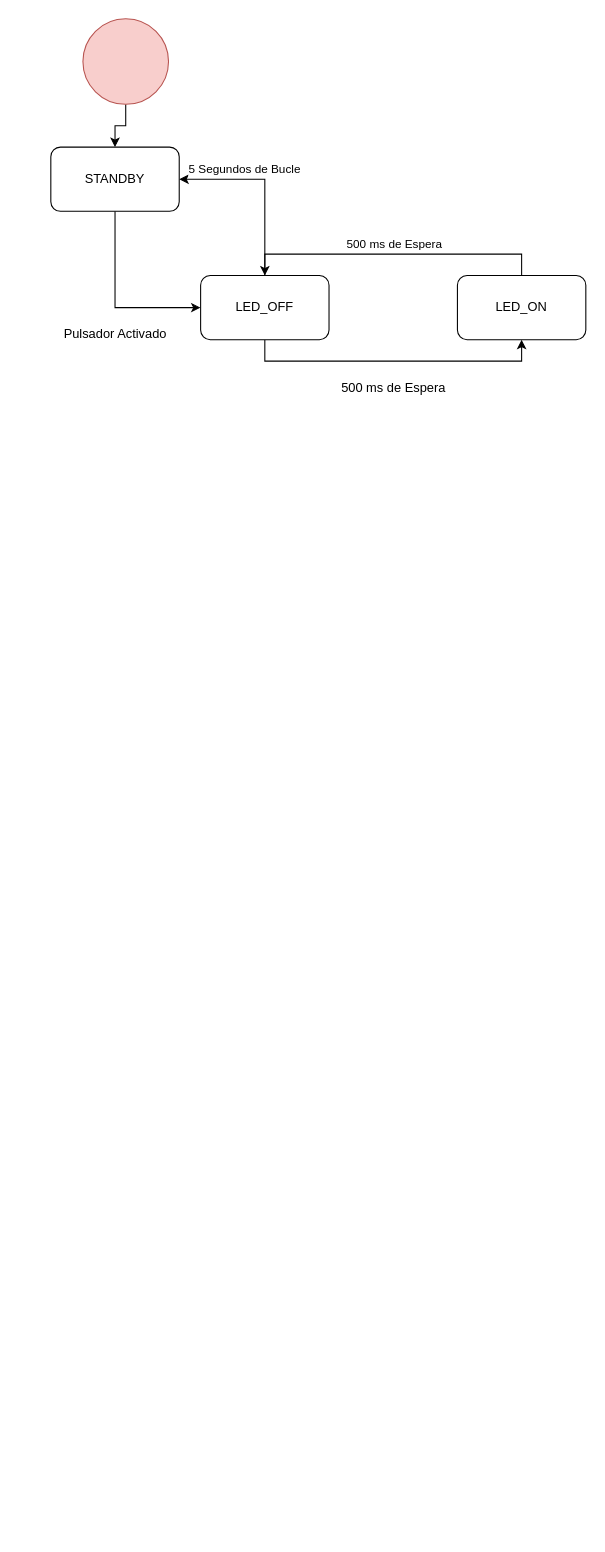
joshmessi10/LineFollowingRobot keeps this draw.io diagram as GrafosMaquinasEstado.drawio. Above is the earlier version. Source tidied: cells renumbered, new cells numbered last; positions are measured from the earlier drawing's top-left corner, leaving out a move shared by most shapes. Both pictures are drawn from the tidied source at 107%, with x=0, y=0 at pixel (50, 18).
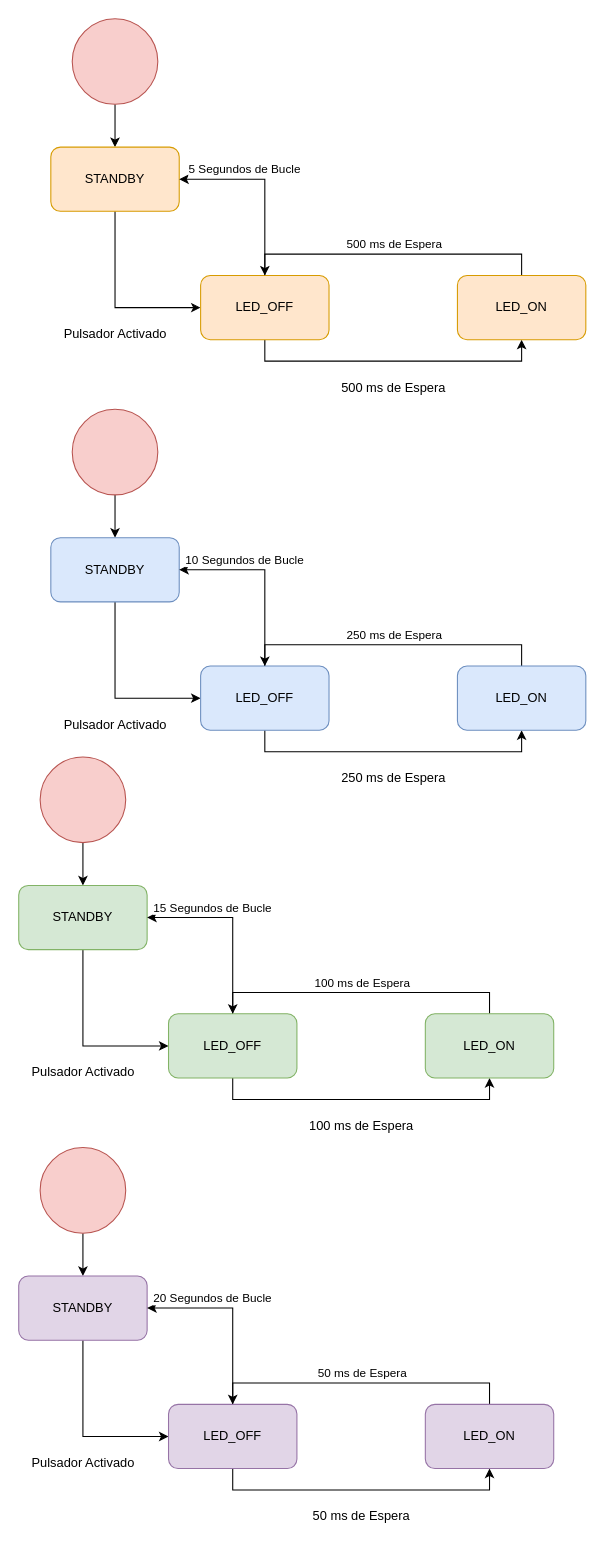
The same diagram, later.

Change to the diagram source:
```diff
@@
     <mxCell id="3" style="ellipse;whiteSpace=wrap;html=1;fillColor=#f8cecc;strokeColor=#b85450;" parent="1" vertex="1">
-      <mxGeometry x="30" width="80" height="80" as="geometry" />
+      <mxGeometry x="20" width="80" height="80" as="geometry" />
     </mxCell>
@@
-    <mxCell id="5" value="STANDBY" style="rounded=1;whiteSpace=wrap;html=1;" parent="1" vertex="1">
+    <mxCell id="5" value="STANDBY" style="rounded=1;whiteSpace=wrap;html=1;fillColor=#ffe6cc;strokeColor=#d79b00;" parent="1" vertex="1">
       <mxGeometry y="120" width="120" height="60" as="geometry" />
     </mxCell>
@@
-    <mxCell id="9" value="LED_OFF" style="rounded=1;whiteSpace=wrap;html=1;" parent="1" vertex="1">
+    <mxCell id="9" value="LED_OFF" style="rounded=1;whiteSpace=wrap;html=1;fillColor=#ffe6cc;strokeColor=#d79b00;" parent="1" vertex="1">
       <mxGeometry x="140" y="240" width="120" height="60" as="geometry" />
     </mxCell>
@@
-    <mxCell id="13" value="LED_ON" style="rounded=1;whiteSpace=wrap;html=1;" parent="1" vertex="1">
+    <mxCell id="13" value="LED_ON" style="rounded=1;whiteSpace=wrap;html=1;fillColor=#ffe6cc;strokeColor=#d79b00;" parent="1" vertex="1">
       <mxGeometry x="380" y="240" width="120" height="60" as="geometry" />
     </mxCell>
@@
+    <mxCell id="15" style="edgeStyle=orthogonalEdgeStyle;rounded=0;jettySize=auto;html=1;exitX=0.5;exitY=1;exitDx=0;exitDy=0;entryX=0.5;entryY=0;entryDx=0;entryDy=0;" parent="1" edge="1" source="16" target="18">
+      <mxGeometry relative="1" as="geometry" />
+    </mxCell>
+    <mxCell id="16" style="ellipse;whiteSpace=wrap;html=1;fillColor=#f8cecc;strokeColor=#b85450;" parent="1" vertex="1">
+      <mxGeometry x="20" y="365" width="80" height="80" as="geometry" />
+    </mxCell>
+    <mxCell id="17" style="edgeStyle=orthogonalEdgeStyle;rounded=0;jettySize=auto;html=1;exitX=0.5;exitY=1;exitDx=0;exitDy=0;entryX=0;entryY=0.5;entryDx=0;entryDy=0;" parent="1" edge="1" source="18" target="22">
+      <mxGeometry relative="1" as="geometry" />
+    </mxCell>
+    <mxCell id="18" value="STANDBY" style="rounded=1;whiteSpace=wrap;html=1;fillColor=#dae8fc;strokeColor=#6c8ebf;" parent="1" vertex="1">
+      <mxGeometry y="485" width="120" height="60" as="geometry" />
+    </mxCell>
+    <mxCell id="19" style="edgeStyle=orthogonalEdgeStyle;rounded=0;jettySize=auto;html=1;exitX=0.5;exitY=1;exitDx=0;exitDy=0;entryX=0.5;entryY=1;entryDx=0;entryDy=0;" parent="1" edge="1" source="22" target="26">
+      <mxGeometry relative="1" as="geometry">
+        <Array as="points">
+          <mxPoint x="200" y="685" />
+          <mxPoint x="440" y="685" />
+        </Array>
+      </mxGeometry>
+    </mxCell>
+    <mxCell id="20" style="edgeStyle=orthogonalEdgeStyle;rounded=0;jettySize=auto;html=1;exitX=0.5;exitY=0;exitDx=0;exitDy=0;entryX=1;entryY=0.5;entryDx=0;entryDy=0;" parent="1" edge="1" source="22" target="18">
+      <mxGeometry relative="1" as="geometry" />
+    </mxCell>
+    <mxCell id="21" value="10 Segundos de Bucle" style="edgeLabel;html=1;align=center;verticalAlign=middle;" parent="20" vertex="1">
+      <mxGeometry x="0.73" y="-1" relative="1" as="geometry">
+        <mxPoint x="37" y="-9" as="offset" />
+      </mxGeometry>
+    </mxCell>
+    <mxCell id="22" value="LED_OFF" style="rounded=1;whiteSpace=wrap;html=1;fillColor=#dae8fc;strokeColor=#6c8ebf;" parent="1" vertex="1">
+      <mxGeometry x="140" y="605" width="120" height="60" as="geometry" />
+    </mxCell>
+    <mxCell id="23" value="Pulsador Activado" style="text;html=1;align=center;verticalAlign=middle;strokeColor=none;fillColor=none;" parent="1" vertex="1">
+      <mxGeometry y="645" width="120" height="30" as="geometry" />
+    </mxCell>
+    <mxCell id="24" style="edgeStyle=orthogonalEdgeStyle;rounded=0;jettySize=auto;html=1;exitX=0.5;exitY=0;exitDx=0;exitDy=0;entryX=0.5;entryY=0;entryDx=0;entryDy=0;" parent="1" edge="1" source="26" target="22">
+      <mxGeometry relative="1" as="geometry" />
+    </mxCell>
+    <mxCell id="25" value="250 ms de Espera" style="edgeLabel;html=1;align=center;verticalAlign=middle;" parent="24" vertex="1">
+      <mxGeometry x="0.03" y="4" relative="1" as="geometry">
+        <mxPoint x="4" y="-14" as="offset" />
+      </mxGeometry>
+    </mxCell>
+    <mxCell id="26" value="LED_ON" style="rounded=1;whiteSpace=wrap;html=1;fillColor=#dae8fc;strokeColor=#6c8ebf;" parent="1" vertex="1">
+      <mxGeometry x="380" y="605" width="120" height="60" as="geometry" />
+    </mxCell>
+    <mxCell id="27" value="250 ms de Espera" style="text;html=1;align=center;verticalAlign=middle;strokeColor=none;fillColor=none;" parent="1" vertex="1">
+      <mxGeometry x="260" y="695" width="120" height="30" as="geometry" />
+    </mxCell>
+    <mxCell id="28" style="edgeStyle=orthogonalEdgeStyle;rounded=0;jettySize=auto;html=1;exitX=0.5;exitY=1;exitDx=0;exitDy=0;entryX=0.5;entryY=0;entryDx=0;entryDy=0;" parent="1" edge="1" source="29" target="31">
+      <mxGeometry relative="1" as="geometry" />
+    </mxCell>
+    <mxCell id="29" style="ellipse;whiteSpace=wrap;html=1;fillColor=#f8cecc;strokeColor=#b85450;" parent="1" vertex="1">
+      <mxGeometry x="-10" y="690" width="80" height="80" as="geometry" />
+    </mxCell>
+    <mxCell id="30" style="edgeStyle=orthogonalEdgeStyle;rounded=0;jettySize=auto;html=1;exitX=0.5;exitY=1;exitDx=0;exitDy=0;entryX=0;entryY=0.5;entryDx=0;entryDy=0;" parent="1" edge="1" source="31" target="35">
+      <mxGeometry relative="1" as="geometry" />
+    </mxCell>
+    <mxCell id="31" value="STANDBY" style="rounded=1;whiteSpace=wrap;html=1;fillColor=#d5e8d4;strokeColor=#82b366;" parent="1" vertex="1">
+      <mxGeometry x="-30" y="810" width="120" height="60" as="geometry" />
+    </mxCell>
+    <mxCell id="32" style="edgeStyle=orthogonalEdgeStyle;rounded=0;jettySize=auto;html=1;exitX=0.5;exitY=1;exitDx=0;exitDy=0;entryX=0.5;entryY=1;entryDx=0;entryDy=0;" parent="1" edge="1" source="35" target="39">
+      <mxGeometry relative="1" as="geometry">
+        <Array as="points">
+          <mxPoint x="170" y="1010" />
+          <mxPoint x="410" y="1010" />
+        </Array>
+      </mxGeometry>
+    </mxCell>
+    <mxCell id="33" style="edgeStyle=orthogonalEdgeStyle;rounded=0;jettySize=auto;html=1;exitX=0.5;exitY=0;exitDx=0;exitDy=0;entryX=1;entryY=0.5;entryDx=0;entryDy=0;" parent="1" edge="1" source="35" target="31">
+      <mxGeometry relative="1" as="geometry" />
+    </mxCell>
+    <mxCell id="34" value="15 Segundos de Bucle" style="edgeLabel;html=1;align=center;verticalAlign=middle;" parent="33" vertex="1">
+      <mxGeometry x="0.73" y="-1" relative="1" as="geometry">
+        <mxPoint x="37" y="-9" as="offset" />
+      </mxGeometry>
+    </mxCell>
+    <mxCell id="35" value="LED_OFF" style="rounded=1;whiteSpace=wrap;html=1;fillColor=#d5e8d4;strokeColor=#82b366;" parent="1" vertex="1">
+      <mxGeometry x="110" y="930" width="120" height="60" as="geometry" />
+    </mxCell>
+    <mxCell id="36" value="Pulsador Activado" style="text;html=1;align=center;verticalAlign=middle;strokeColor=none;fillColor=none;" parent="1" vertex="1">
+      <mxGeometry x="-30" y="970" width="120" height="30" as="geometry" />
+    </mxCell>
+    <mxCell id="37" style="edgeStyle=orthogonalEdgeStyle;rounded=0;jettySize=auto;html=1;exitX=0.5;exitY=0;exitDx=0;exitDy=0;entryX=0.5;entryY=0;entryDx=0;entryDy=0;" parent="1" edge="1" source="39" target="35">
+      <mxGeometry relative="1" as="geometry" />
+    </mxCell>
+    <mxCell id="38" value="100 ms de Espera" style="edgeLabel;html=1;align=center;verticalAlign=middle;" parent="37" vertex="1">
+      <mxGeometry x="0.03" y="4" relative="1" as="geometry">
+        <mxPoint x="4" y="-14" as="offset" />
+      </mxGeometry>
+    </mxCell>
+    <mxCell id="39" value="LED_ON" style="rounded=1;whiteSpace=wrap;html=1;fillColor=#d5e8d4;strokeColor=#82b366;" parent="1" vertex="1">
+      <mxGeometry x="350" y="930" width="120" height="60" as="geometry" />
+    </mxCell>
+    <mxCell id="40" value="100 ms de Espera" style="text;html=1;align=center;verticalAlign=middle;strokeColor=none;fillColor=none;" parent="1" vertex="1">
+      <mxGeometry x="230" y="1020" width="120" height="30" as="geometry" />
+    </mxCell>
+    <mxCell id="41" style="edgeStyle=orthogonalEdgeStyle;rounded=0;jettySize=auto;html=1;exitX=0.5;exitY=1;exitDx=0;exitDy=0;entryX=0.5;entryY=0;entryDx=0;entryDy=0;" parent="1" edge="1" source="42" target="44">
+      <mxGeometry relative="1" as="geometry" />
+    </mxCell>
+    <mxCell id="42" style="ellipse;whiteSpace=wrap;html=1;fillColor=#f8cecc;strokeColor=#b85450;" parent="1" vertex="1">
+      <mxGeometry x="-10" y="1055" width="80" height="80" as="geometry" />
+    </mxCell>
+    <mxCell id="43" style="edgeStyle=orthogonalEdgeStyle;rounded=0;jettySize=auto;html=1;exitX=0.5;exitY=1;exitDx=0;exitDy=0;entryX=0;entryY=0.5;entryDx=0;entryDy=0;" parent="1" edge="1" source="44" target="48">
+      <mxGeometry relative="1" as="geometry" />
+    </mxCell>
+    <mxCell id="44" value="STANDBY" style="rounded=1;whiteSpace=wrap;html=1;fillColor=#e1d5e7;strokeColor=#9673a6;" parent="1" vertex="1">
+      <mxGeometry x="-30" y="1175" width="120" height="60" as="geometry" />
+    </mxCell>
+    <mxCell id="45" style="edgeStyle=orthogonalEdgeStyle;rounded=0;jettySize=auto;html=1;exitX=0.5;exitY=1;exitDx=0;exitDy=0;entryX=0.5;entryY=1;entryDx=0;entryDy=0;" parent="1" edge="1" source="48" target="52">
+      <mxGeometry relative="1" as="geometry">
+        <Array as="points">
+          <mxPoint x="170" y="1375" />
+          <mxPoint x="410" y="1375" />
+        </Array>
+      </mxGeometry>
+    </mxCell>
+    <mxCell id="46" style="edgeStyle=orthogonalEdgeStyle;rounded=0;jettySize=auto;html=1;exitX=0.5;exitY=0;exitDx=0;exitDy=0;entryX=1;entryY=0.5;entryDx=0;entryDy=0;" parent="1" edge="1" source="48" target="44">
+      <mxGeometry relative="1" as="geometry" />
+    </mxCell>
+    <mxCell id="47" value="20 Segundos de Bucle" style="edgeLabel;html=1;align=center;verticalAlign=middle;" parent="46" vertex="1">
+      <mxGeometry x="0.73" y="-1" relative="1" as="geometry">
+        <mxPoint x="37" y="-9" as="offset" />
+      </mxGeometry>
+    </mxCell>
+    <mxCell id="48" value="LED_OFF" style="rounded=1;whiteSpace=wrap;html=1;fillColor=#e1d5e7;strokeColor=#9673a6;" parent="1" vertex="1">
+      <mxGeometry x="110" y="1295" width="120" height="60" as="geometry" />
+    </mxCell>
+    <mxCell id="49" value="Pulsador Activado" style="text;html=1;align=center;verticalAlign=middle;strokeColor=none;fillColor=none;" parent="1" vertex="1">
+      <mxGeometry x="-30" y="1335" width="120" height="30" as="geometry" />
+    </mxCell>
+    <mxCell id="50" style="edgeStyle=orthogonalEdgeStyle;rounded=0;jettySize=auto;html=1;exitX=0.5;exitY=0;exitDx=0;exitDy=0;entryX=0.5;entryY=0;entryDx=0;entryDy=0;" parent="1" edge="1" source="52" target="48">
+      <mxGeometry relative="1" as="geometry" />
+    </mxCell>
+    <mxCell id="51" value="50 ms de Espera" style="edgeLabel;html=1;align=center;verticalAlign=middle;" parent="50" vertex="1">
+      <mxGeometry x="0.03" y="4" relative="1" as="geometry">
+        <mxPoint x="4" y="-14" as="offset" />
+      </mxGeometry>
+    </mxCell>
+    <mxCell id="52" value="LED_ON" style="rounded=1;whiteSpace=wrap;html=1;fillColor=#e1d5e7;strokeColor=#9673a6;" parent="1" vertex="1">
+      <mxGeometry x="350" y="1295" width="120" height="60" as="geometry" />
+    </mxCell>
+    <mxCell id="53" value="50 ms de Espera" style="text;html=1;align=center;verticalAlign=middle;strokeColor=none;fillColor=none;" parent="1" vertex="1">
+      <mxGeometry x="235" y="1385" width="110" height="30" as="geometry" />
+    </mxCell>
```
